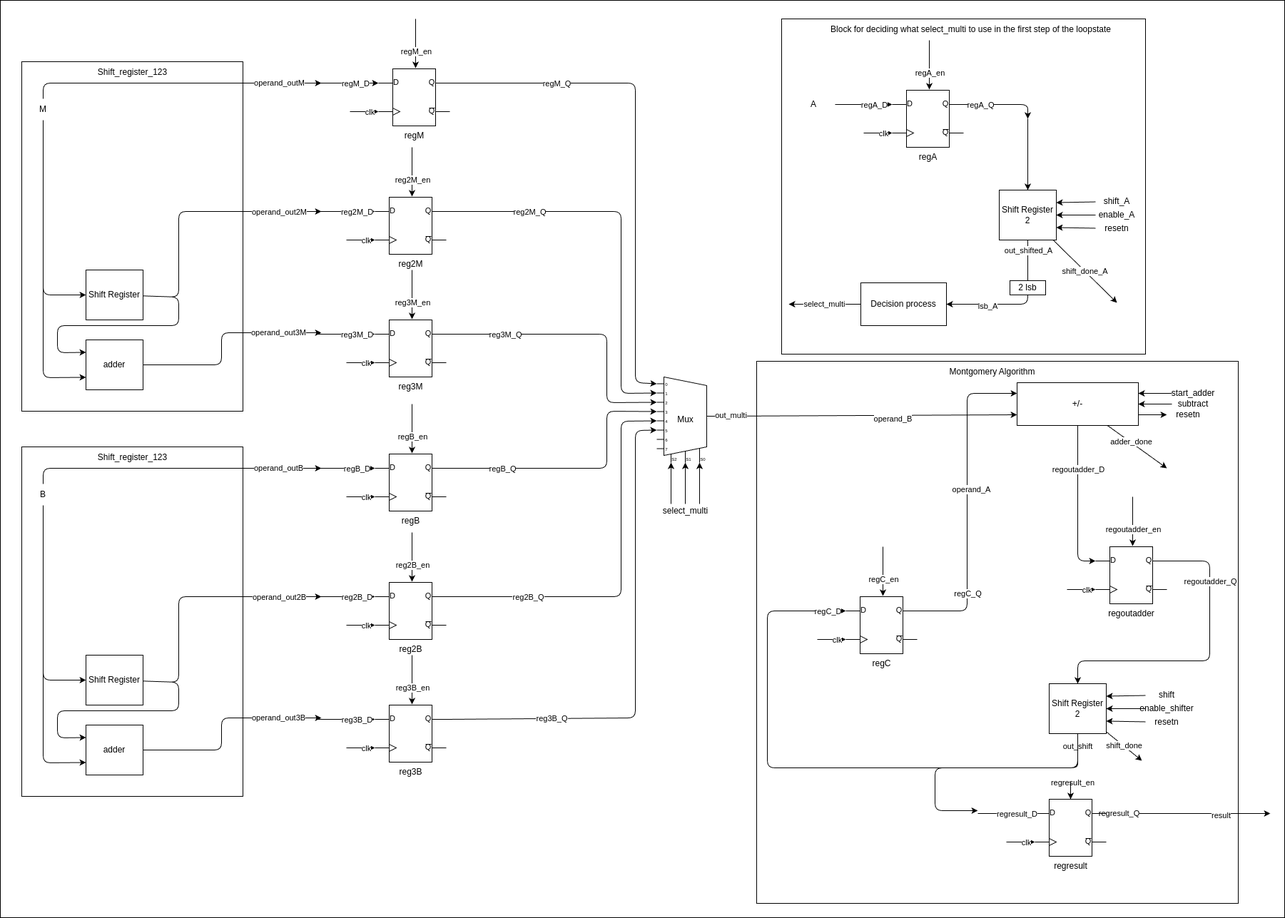
Earlier version of the draw.io export montgomery_details.png (Tfloow/Montgomery). Source tidied: cells renumbered, new cells last; positions are measured from the earlier drawing's top-left corner, leaving out a move shared by most shapes.
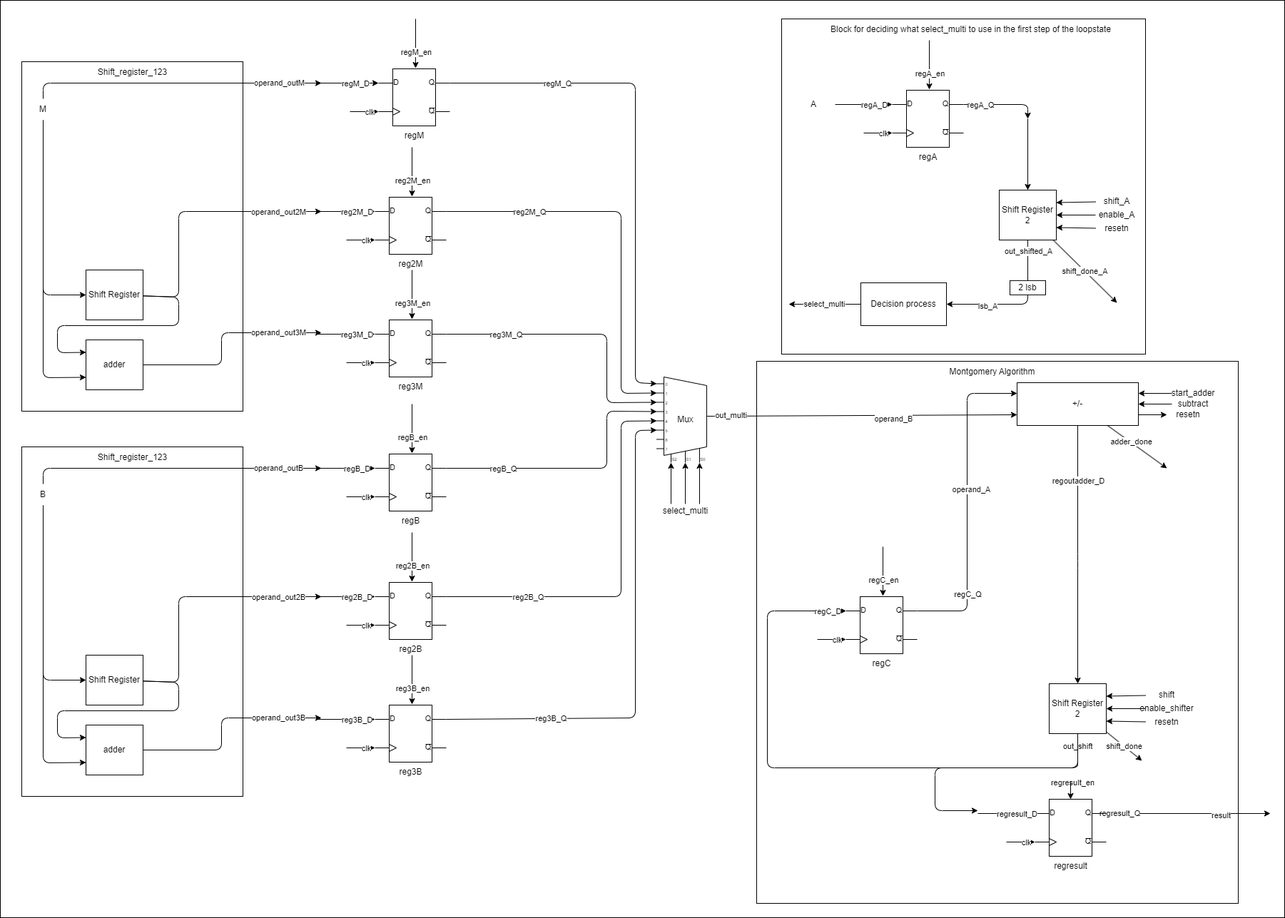
After the change.

The edit, as a diff of the source:
```diff
@@ -96,7 +96,7 @@
     <mxCell id="20" value="M" style="text;html=1;strokeColor=none;fillColor=none;align=center;verticalAlign=middle;whiteSpace=wrap;rounded=0;" parent="1" vertex="1">
       <mxGeometry x="30" y="138" width="60" height="30" as="geometry" />
     </mxCell>
-    <mxCell id="21" style="edgeStyle=none;html=1;entryX=0;entryY=0.25;entryDx=0;entryDy=0;entryPerimeter=0;" parent="1" edge="1" source="27" target="122">
+    <mxCell id="21" style="edgeStyle=none;html=1;entryX=0.5;entryY=0;entryDx=0;entryDy=0;" parent="1" edge="1" source="27" target="34">
       <mxGeometry relative="1" as="geometry">
         <Array as="points">
           <mxPoint x="1510" y="786" />
@@ -507,37 +507,6 @@
     <mxCell id="119" value="clk" style="edgeLabel;html=1;align=center;verticalAlign=middle;" parent="118" vertex="1">
       <mxGeometry x="0.34" relative="1" as="geometry" />
     </mxCell>
-    <mxCell id="120" style="edgeStyle=none;html=1;exitX=1;exitY=0.25;exitDx=0;exitDy=0;exitPerimeter=0;entryX=0.5;entryY=0;entryDx=0;entryDy=0;" parent="1" edge="1" source="122" target="34">
-      <mxGeometry relative="1" as="geometry">
-        <Array as="points">
-          <mxPoint x="1695" y="786" />
-          <mxPoint x="1695" y="926" />
-          <mxPoint x="1510" y="926" />
-        </Array>
-      </mxGeometry>
-    </mxCell>
-    <mxCell id="121" value="regoutadder_Q" style="edgeLabel;html=1;align=center;verticalAlign=middle;" parent="120" vertex="1">
-      <mxGeometry x="-0.58" relative="1" as="geometry" />
-    </mxCell>
-    <mxCell id="122" value="regoutadder" style="verticalLabelPosition=bottom;shadow=0;dashed=0;align=center;html=1;verticalAlign=top;shape=mxgraph.electrical.logic_gates.d_type_flip-flop;" parent="1" vertex="1">
-      <mxGeometry x="1535" y="766" width="100" height="80" as="geometry" />
-    </mxCell>
-    <mxCell id="123" style="edgeStyle=none;jettySize=auto;html=1;entryX=0.52;entryY=-0.012;entryDx=0;entryDy=0;entryPerimeter=0;" parent="1" edge="1" target="122">
-      <mxGeometry relative="1" as="geometry">
-        <mxPoint x="1587" y="696" as="sourcePoint" />
-      </mxGeometry>
-    </mxCell>
-    <mxCell id="124" value="regoutadder_en" style="edgeLabel;html=1;align=center;verticalAlign=middle;" parent="123" vertex="1">
-      <mxGeometry x="0.34" relative="1" as="geometry" />
-    </mxCell>
-    <mxCell id="125" style="edgeStyle=none;jettySize=auto;html=1;entryX=0;entryY=0.75;entryDx=0;entryDy=0;entryPerimeter=0;" parent="1" edge="1" target="122">
-      <mxGeometry relative="1" as="geometry">
-        <mxPoint x="1495" y="826" as="sourcePoint" />
-      </mxGeometry>
-    </mxCell>
-    <mxCell id="126" value="clk" style="edgeLabel;html=1;align=center;verticalAlign=middle;" parent="125" vertex="1">
-      <mxGeometry x="0.34" relative="1" as="geometry" />
-    </mxCell>
     <mxCell id="127" value="operand_out3B" style="edgeStyle=none;html=1;" parent="1" edge="1" source="128">
       <mxGeometry x="0.59" relative="1" as="geometry">
         <mxPoint x="450" y="1006" as="targetPoint" />
```
